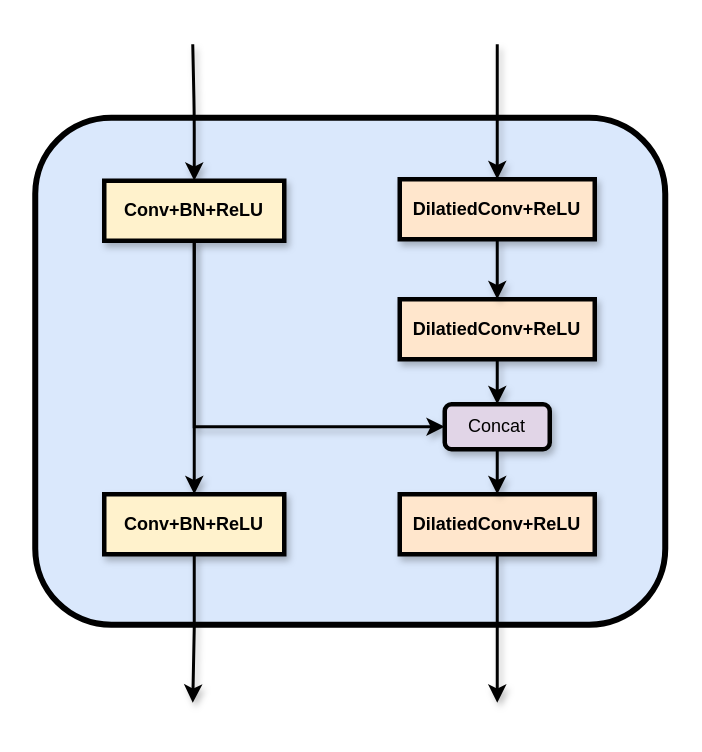
KopiSoftware/draw_cc_cloud keeps this draw.io diagram as Asymmetric_Cross_Path/Untitled Diagram.drawio. Above is the earlier version. Source tidied: cells renumbered, new cells numbered last; positions are measured from the earlier drawing's top-left corner, leaving out a move shared by most shapes. Both pictures are drawn from the tidied source at 150%, with x=0, y=0 at pixel (34, 44).
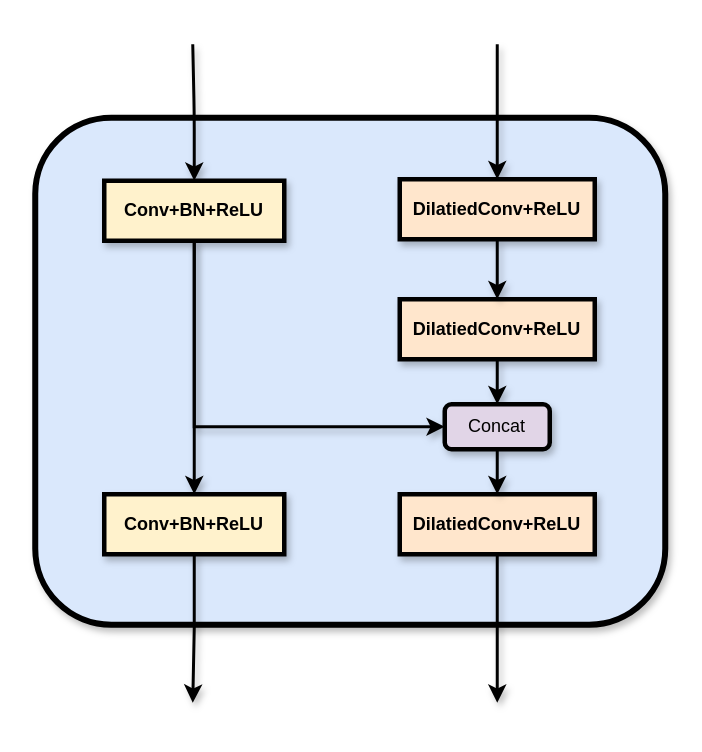
The same diagram, later.

Diff of the diagram source:
```diff
@@
-    <mxCell id="2" style="rounded=1;whiteSpace=wrap;html=1;fillColor=#dae8fc;strokeColor=#000000;strokeWidth=4;" parent="1" vertex="1">
+    <mxCell id="2" style="rounded=1;whiteSpace=wrap;html=1;fillColor=#dae8fc;strokeColor=#000000;strokeWidth=4;shadow=1;" parent="1" vertex="1">
       <mxGeometry y="49" width="420" height="338" as="geometry" />
     </mxCell>
```
